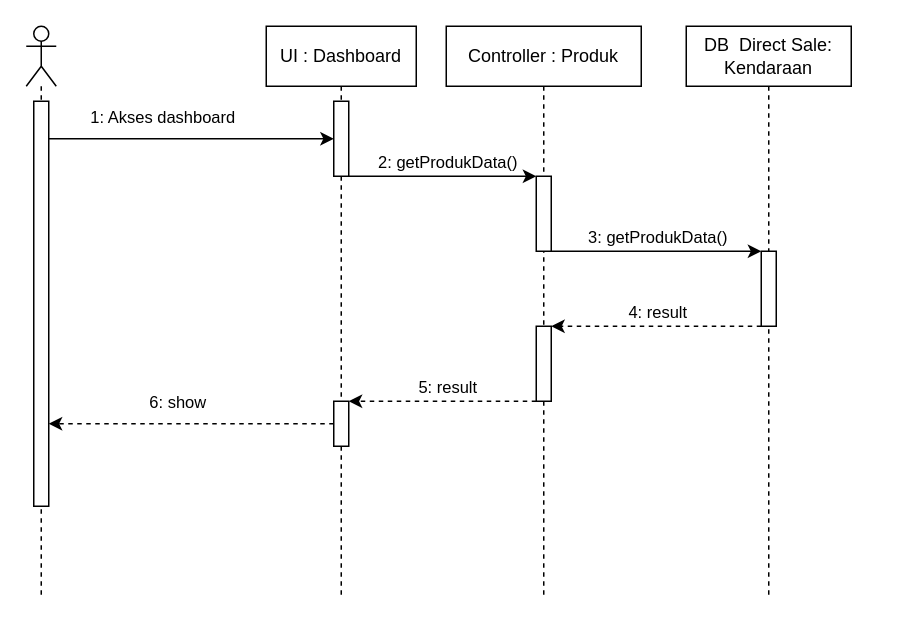
Before: page "Show Katalog" (9 of 27) of UML/Sequence Web.drawio in DevinWilliady/KendaraanBekasUML, a draw.io diagram. Source tidied: cells renumbered, new cells numbered last; positions are measured from the earlier drawing's top-left corner, leaving out a move shared by most shapes. Both pictures are drawn from the tidied source at 150%, with x=0, y=0 at pixel (26, 26).
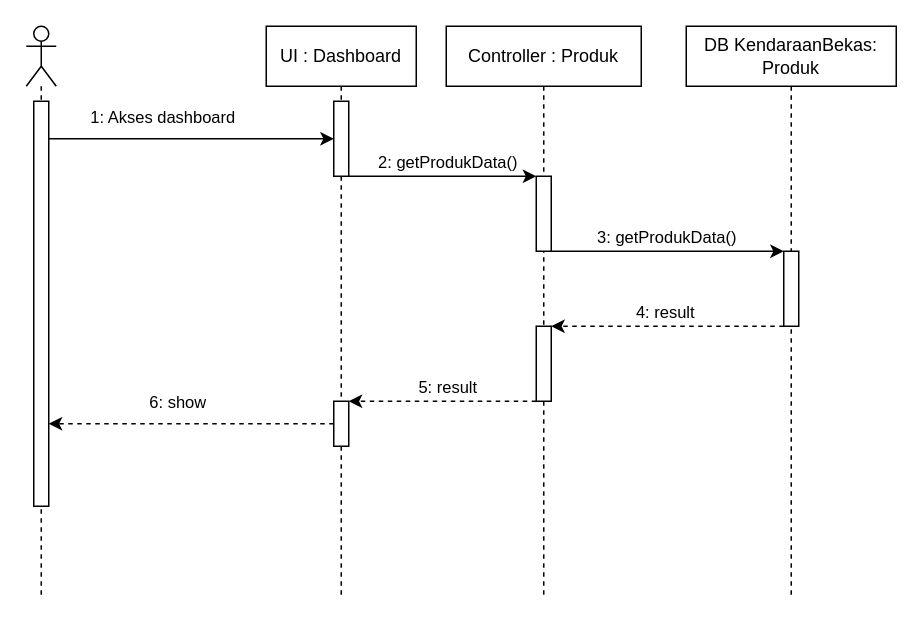
The same page after the edit.

Change to the diagram source:
```diff
@@
-    <mxCell id="12" value="DB&amp;nbsp; Direct Sale: Kendaraan" style="shape=umlLifeline;perimeter=lifelinePerimeter;whiteSpace=wrap;html=1;" parent="1" vertex="1">
-      <mxGeometry x="440" width="110" height="380" as="geometry" />
+    <mxCell id="12" value="DB KendaraanBekas:&lt;br&gt;Produk" style="shape=umlLifeline;perimeter=lifelinePerimeter;whiteSpace=wrap;html=1;" parent="1" vertex="1">
+      <mxGeometry x="440" width="140" height="380" as="geometry" />
     </mxCell>
     <mxCell id="13" style="html=1;points=[];perimeter=orthogonalPerimeter;" parent="12" vertex="1">
-      <mxGeometry x="50" y="150" width="10" height="50" as="geometry" />
+      <mxGeometry x="65" y="150" width="10" height="50" as="geometry" />
     </mxCell>
```
